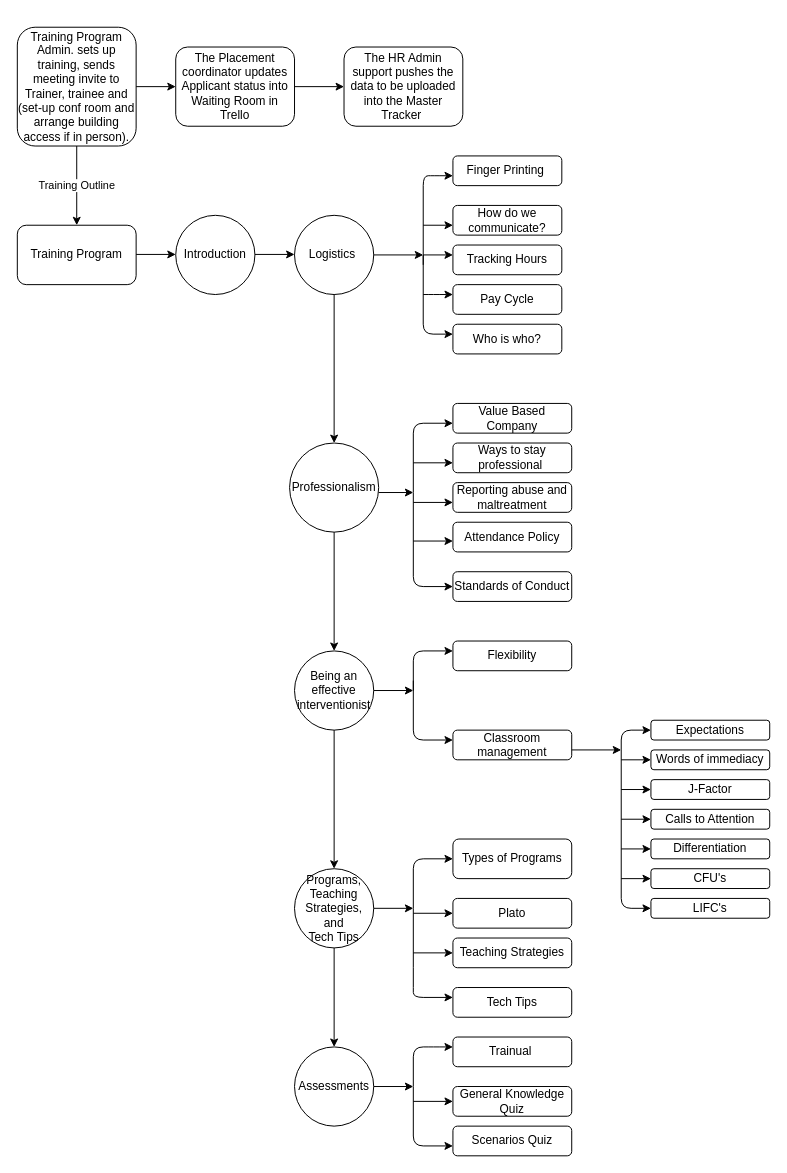
This is Training Diagram.drawio from MatzKing/share-course, a draw.io file, before an edit. Source tidied: cells renumbered, new cells numbered last; positions are measured from the earlier drawing's top-left corner, leaving out a move shared by most shapes. Both pictures are drawn from the tidied source at 99%, with x=0, y=0 at pixel (17, 27).
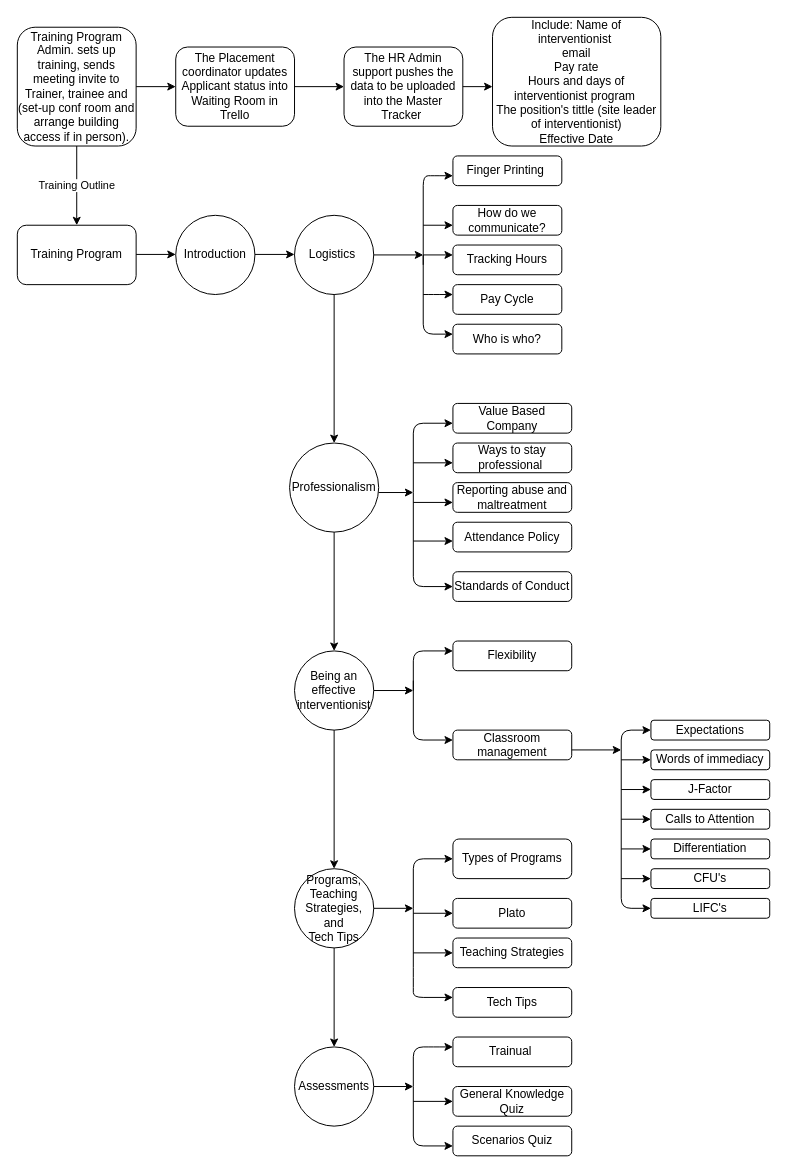
The same page after the edit.

Diff of the diagram source:
```diff
@@
+    <mxCell id="79" style="endArrow=classic;html=1;" parent="1" edge="1">
+      <mxGeometry relative="1" as="geometry">
+        <mxPoint x="450" y="60" as="sourcePoint" />
+        <mxPoint x="480" y="60" as="targetPoint" />
+      </mxGeometry>
+    </mxCell>
+    <mxCell id="80" value="Include: Name of interventionist&amp;nbsp;&lt;br&gt;email&lt;br&gt;Pay rate&lt;br&gt;Hours and days of interventionist program&amp;nbsp;&lt;br&gt;The position's tittle (site leader of interventionist)&lt;br&gt;Effective Date" style="rounded=1;whiteSpace=wrap;html=1;" parent="1" vertex="1">
+      <mxGeometry x="480" y="-10" width="170" height="130" as="geometry" />
+    </mxCell>
```
